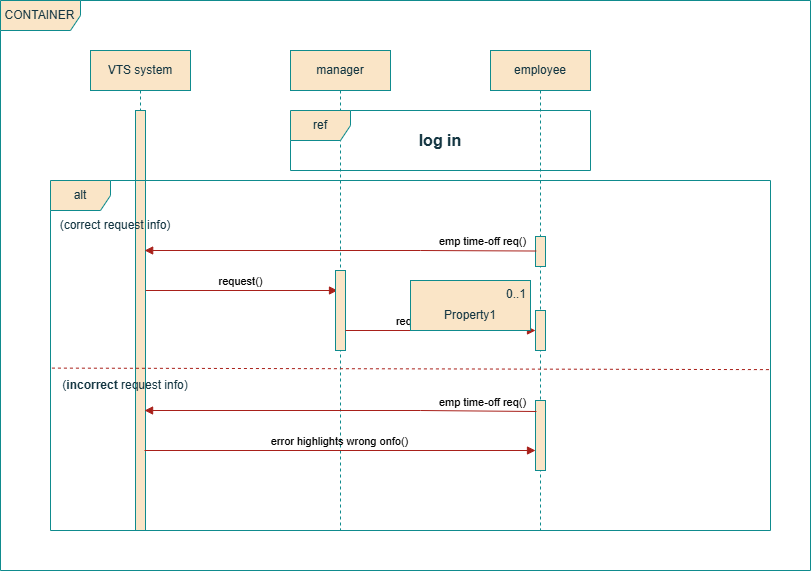
Earlier version of the draw.io export task1/manageTime_sequenceDiagram.drawio.png (zieadkh/Mentorship). Source tidied: cells renumbered, new cells last; positions are measured from the earlier drawing's top-left corner, leaving out a move shared by most shapes.
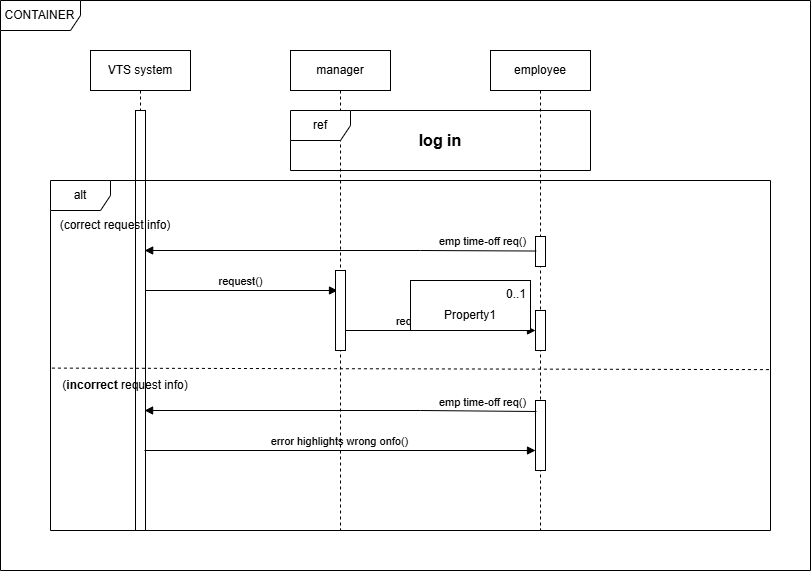
The same diagram one commit later.

Change to the diagram source:
```diff
@@ -2,52 +2,52 @@
   <root>
     <mxCell id="0" />
     <mxCell id="1" parent="0" />
-    <mxCell id="2" value="manager" style="shape=umlLifeline;perimeter=lifelinePerimeter;whiteSpace=wrap;html=1;newEdgeStyle={&quot;curved&quot;:0,&quot;rounded&quot;:0};size=40;labelBackgroundColor=none;fillColor=#FAE5C7;strokeColor=#0F8B8D;fontColor=#143642;" parent="1" vertex="1">
+    <mxCell id="2" value="manager" style="shape=umlLifeline;perimeter=lifelinePerimeter;whiteSpace=wrap;html=1;newEdgeStyle={&quot;curved&quot;:0,&quot;rounded&quot;:0};size=40;labelBackgroundColor=none;" parent="1" vertex="1">
       <mxGeometry x="290" y="50" width="100" height="480" as="geometry" />
     </mxCell>
-    <mxCell id="3" value="employee" style="shape=umlLifeline;perimeter=lifelinePerimeter;whiteSpace=wrap;html=1;newEdgeStyle={&quot;curved&quot;:0,&quot;rounded&quot;:0};labelBackgroundColor=none;fillColor=#FAE5C7;strokeColor=#0F8B8D;fontColor=#143642;" parent="1" vertex="1">
+    <mxCell id="3" value="employee" style="shape=umlLifeline;perimeter=lifelinePerimeter;whiteSpace=wrap;html=1;newEdgeStyle={&quot;curved&quot;:0,&quot;rounded&quot;:0};labelBackgroundColor=none;" parent="1" vertex="1">
       <mxGeometry x="490" y="50" width="100" height="480" as="geometry" />
     </mxCell>
-    <mxCell id="4" style="html=1;points=[[0,0,0,0,5],[0,1,0,0,-5],[1,0,0,0,5],[1,1,0,0,-5]];perimeter=orthogonalPerimeter;outlineConnect=0;targetShapes=umlLifeline;portConstraint=eastwest;newEdgeStyle={&quot;curved&quot;:0,&quot;rounded&quot;:0};labelBackgroundColor=none;fillColor=#FAE5C7;strokeColor=#0F8B8D;fontColor=#143642;" parent="3" vertex="1">
+    <mxCell id="4" style="html=1;points=[[0,0,0,0,5],[0,1,0,0,-5],[1,0,0,0,5],[1,1,0,0,-5]];perimeter=orthogonalPerimeter;outlineConnect=0;targetShapes=umlLifeline;portConstraint=eastwest;newEdgeStyle={&quot;curved&quot;:0,&quot;rounded&quot;:0};labelBackgroundColor=none;" parent="3" vertex="1">
       <mxGeometry x="45" y="186" width="10" height="30" as="geometry" />
     </mxCell>
-    <mxCell id="5" style="html=1;perimeter=orthogonalPerimeter;targetShapes=umlLifeline;newEdgeStyle={&quot;curved&quot;:0,&quot;rounded&quot;:0};labelBackgroundColor=none;fillColor=#FAE5C7;strokeColor=#0F8B8D;fontColor=#143642;" parent="3" vertex="1">
+    <mxCell id="5" style="html=1;perimeter=orthogonalPerimeter;targetShapes=umlLifeline;newEdgeStyle={&quot;curved&quot;:0,&quot;rounded&quot;:0};labelBackgroundColor=none;" parent="3" vertex="1">
       <mxGeometry x="45" y="350" width="10" height="70" as="geometry" />
     </mxCell>
-    <mxCell id="6" value="VTS system" style="shape=umlLifeline;perimeter=lifelinePerimeter;whiteSpace=wrap;html=1;newEdgeStyle={&quot;curved&quot;:0,&quot;rounded&quot;:0};labelBackgroundColor=none;fillColor=#FAE5C7;strokeColor=#0F8B8D;fontColor=#143642;" parent="1" vertex="1">
+    <mxCell id="6" value="VTS system" style="shape=umlLifeline;perimeter=lifelinePerimeter;whiteSpace=wrap;html=1;newEdgeStyle={&quot;curved&quot;:0,&quot;rounded&quot;:0};labelBackgroundColor=none;" parent="1" vertex="1">
       <mxGeometry x="90" y="50" width="100" height="480" as="geometry" />
     </mxCell>
-    <mxCell id="7" style="html=1;perimeter=orthogonalPerimeter;targetShapes=umlLifeline;newEdgeStyle={&quot;curved&quot;:0,&quot;rounded&quot;:0};labelBackgroundColor=none;fillColor=#FAE5C7;strokeColor=#0F8B8D;fontColor=#143642;" parent="6" vertex="1">
+    <mxCell id="7" style="html=1;perimeter=orthogonalPerimeter;targetShapes=umlLifeline;newEdgeStyle={&quot;curved&quot;:0,&quot;rounded&quot;:0};labelBackgroundColor=none;" parent="6" vertex="1">
       <mxGeometry x="45" y="60" width="10" height="420" as="geometry" />
     </mxCell>
-    <mxCell id="8" value="ref" style="shape=umlFrame;whiteSpace=wrap;html=1;labelBackgroundColor=none;fillColor=#FAE5C7;strokeColor=#0F8B8D;fontColor=#143642;" parent="1" vertex="1">
+    <mxCell id="8" value="ref" style="shape=umlFrame;whiteSpace=wrap;html=1;labelBackgroundColor=none;" parent="1" vertex="1">
       <mxGeometry x="290" y="110" width="300" height="60" as="geometry" />
     </mxCell>
-    <mxCell id="9" value="&lt;b&gt;&lt;font style=&quot;font-size: 16px;&quot;&gt;log in&lt;/font&gt;&lt;/b&gt;" style="text;html=1;whiteSpace=wrap;strokeColor=none;fillColor=none;align=center;verticalAlign=middle;rounded=0;labelBackgroundColor=none;fontColor=#143642;" parent="1" vertex="1">
+    <mxCell id="9" value="&lt;b&gt;&lt;font style=&quot;font-size: 16px;&quot;&gt;log in&lt;/font&gt;&lt;/b&gt;" style="text;html=1;whiteSpace=wrap;strokeColor=none;fillColor=none;align=center;verticalAlign=middle;rounded=0;labelBackgroundColor=none;" parent="1" vertex="1">
       <mxGeometry x="410" y="125" width="60" height="30" as="geometry" />
     </mxCell>
-    <mxCell id="10" value="request()" style="html=1;verticalAlign=bottom;endArrow=block;curved=0;rounded=0;labelBackgroundColor=none;strokeColor=#A8201A;fontColor=default;" parent="1" edge="1">
+    <mxCell id="10" value="request()" style="html=1;verticalAlign=bottom;endArrow=block;curved=0;rounded=0;labelBackgroundColor=none;fontColor=default;" parent="1" edge="1">
       <mxGeometry x="-0.01" relative="1" as="geometry">
         <mxPoint x="145.2" y="290" as="sourcePoint" />
         <mxPoint x="337" y="290" as="targetPoint" />
       </mxGeometry>
     </mxCell>
-    <mxCell id="11" value="alt" style="shape=umlFrame;whiteSpace=wrap;html=1;labelBackgroundColor=none;fillColor=#FAE5C7;strokeColor=#0F8B8D;fontColor=#143642;" parent="1" vertex="1">
+    <mxCell id="11" value="alt" style="shape=umlFrame;whiteSpace=wrap;html=1;labelBackgroundColor=none;" parent="1" vertex="1">
       <mxGeometry x="50" y="180" width="720" height="350" as="geometry" />
     </mxCell>
-    <mxCell id="12" value="error highlights wrong onfo()" style="html=1;verticalAlign=bottom;endArrow=block;curved=0;rounded=0;strokeWidth=1;labelBackgroundColor=none;strokeColor=#A8201A;fontColor=default;" parent="1" edge="1">
+    <mxCell id="12" value="error highlights wrong onfo()" style="html=1;verticalAlign=bottom;endArrow=block;curved=0;rounded=0;strokeWidth=1;labelBackgroundColor=none;fontColor=default;" parent="1" edge="1">
       <mxGeometry x="-0.01" relative="1" as="geometry">
         <mxPoint x="144" y="450" as="sourcePoint" />
         <mxPoint x="535" y="450" as="targetPoint" />
       </mxGeometry>
     </mxCell>
-    <mxCell id="13" value="(correct request info)" style="text;html=1;whiteSpace=wrap;strokeColor=none;fillColor=none;align=center;verticalAlign=middle;rounded=0;labelBackgroundColor=none;fontColor=#143642;" parent="1" vertex="1">
+    <mxCell id="13" value="(correct request info)" style="text;html=1;whiteSpace=wrap;strokeColor=none;fillColor=none;align=center;verticalAlign=middle;rounded=0;labelBackgroundColor=none;" parent="1" vertex="1">
       <mxGeometry x="50" y="210" width="130" height="30" as="geometry" />
     </mxCell>
-    <mxCell id="14" style="html=1;perimeter=orthogonalPerimeter;targetShapes=umlLifeline;newEdgeStyle={&quot;curved&quot;:0,&quot;rounded&quot;:0};labelBackgroundColor=none;fillColor=#FAE5C7;strokeColor=#0F8B8D;fontColor=#143642;" parent="1" vertex="1">
+    <mxCell id="14" style="html=1;perimeter=orthogonalPerimeter;targetShapes=umlLifeline;newEdgeStyle={&quot;curved&quot;:0,&quot;rounded&quot;:0};labelBackgroundColor=none;" parent="1" vertex="1">
       <mxGeometry x="335" y="270" width="10" height="80" as="geometry" />
     </mxCell>
-    <mxCell id="15" value="emp time-off req()" style="html=1;verticalAlign=bottom;endArrow=block;curved=0;rounded=0;exitX=0.067;exitY=0.484;exitDx=0;exitDy=0;exitPerimeter=0;labelBackgroundColor=none;strokeColor=#A8201A;fontColor=default;" parent="1" edge="1" source="4">
+    <mxCell id="15" value="emp time-off req()" style="html=1;verticalAlign=bottom;endArrow=block;curved=0;rounded=0;exitX=0.067;exitY=0.484;exitDx=0;exitDy=0;exitPerimeter=0;labelBackgroundColor=none;fontColor=default;" parent="1" edge="1" source="4">
       <mxGeometry x="-0.73" relative="1" as="geometry">
         <mxPoint x="144.2" y="250" as="targetPoint" />
         <Array as="points">
@@ -55,24 +55,24 @@
         </Array>
       </mxGeometry>
     </mxCell>
-    <mxCell id="16" style="html=1;points=[[0,0,0,0,5],[0,1,0,0,-5],[1,0,0,0,5],[1,1,0,0,-5]];perimeter=orthogonalPerimeter;outlineConnect=0;targetShapes=umlLifeline;portConstraint=eastwest;newEdgeStyle={&quot;curved&quot;:0,&quot;rounded&quot;:0};labelBackgroundColor=none;fillColor=#FAE5C7;strokeColor=#0F8B8D;fontColor=#143642;" parent="1" vertex="1">
+    <mxCell id="16" style="html=1;points=[[0,0,0,0,5],[0,1,0,0,-5],[1,0,0,0,5],[1,1,0,0,-5]];perimeter=orthogonalPerimeter;outlineConnect=0;targetShapes=umlLifeline;portConstraint=eastwest;newEdgeStyle={&quot;curved&quot;:0,&quot;rounded&quot;:0};labelBackgroundColor=none;" parent="1" vertex="1">
       <mxGeometry x="535" y="310" width="10" height="40" as="geometry" />
     </mxCell>
-    <mxCell id="17" value="request respoce ()" style="html=1;verticalAlign=bottom;endArrow=block;curved=0;rounded=0;labelBackgroundColor=none;strokeColor=#A8201A;fontColor=default;" parent="1" edge="1" target="16">
+    <mxCell id="17" value="request respoce ()" style="html=1;verticalAlign=bottom;endArrow=block;curved=0;rounded=0;labelBackgroundColor=none;fontColor=default;" parent="1" edge="1" target="16">
       <mxGeometry relative="1" as="geometry">
         <mxPoint x="345" y="330" as="sourcePoint" />
       </mxGeometry>
     </mxCell>
-    <mxCell id="18" style="endArrow=none;dashed=1;html=1;rounded=0;exitX=0.002;exitY=0.67;exitDx=0;exitDy=0;exitPerimeter=0;entryX=1;entryY=0.674;entryDx=0;entryDy=0;entryPerimeter=0;labelBackgroundColor=none;strokeColor=#A8201A;fontColor=default;" parent="1" edge="1">
+    <mxCell id="18" style="endArrow=none;dashed=1;html=1;rounded=0;exitX=0.002;exitY=0.67;exitDx=0;exitDy=0;exitPerimeter=0;entryX=1;entryY=0.674;entryDx=0;entryDy=0;entryPerimeter=0;labelBackgroundColor=none;fontColor=default;" parent="1" edge="1">
       <mxGeometry relative="1" as="geometry">
         <mxPoint x="51.4" y="367.6" as="sourcePoint" />
         <mxPoint x="770" y="369.1" as="targetPoint" />
       </mxGeometry>
     </mxCell>
-    <mxCell id="19" value="(&lt;b&gt;incorrect&lt;/b&gt; request info)" style="text;html=1;whiteSpace=wrap;strokeColor=none;fillColor=none;align=center;verticalAlign=middle;rounded=0;labelBackgroundColor=none;fontColor=#143642;" parent="1" vertex="1">
+    <mxCell id="19" value="(&lt;b&gt;incorrect&lt;/b&gt; request info)" style="text;html=1;whiteSpace=wrap;strokeColor=none;fillColor=none;align=center;verticalAlign=middle;rounded=0;labelBackgroundColor=none;" parent="1" vertex="1">
       <mxGeometry x="60" y="370" width="130" height="30" as="geometry" />
     </mxCell>
-    <mxCell id="20" value="emp time-off req()" style="html=1;verticalAlign=bottom;endArrow=block;curved=0;rounded=0;exitX=0.067;exitY=0.484;exitDx=0;exitDy=0;exitPerimeter=0;labelBackgroundColor=none;strokeColor=#A8201A;fontColor=default;" parent="1" edge="1">
+    <mxCell id="20" value="emp time-off req()" style="html=1;verticalAlign=bottom;endArrow=block;curved=0;rounded=0;exitX=0.067;exitY=0.484;exitDx=0;exitDy=0;exitPerimeter=0;labelBackgroundColor=none;fontColor=default;" parent="1" edge="1">
       <mxGeometry x="-0.73" relative="1" as="geometry">
         <mxPoint x="535.9" y="411" as="sourcePoint" />
         <mxPoint x="144.1" y="410" as="targetPoint" />
@@ -81,15 +81,15 @@
         </Array>
       </mxGeometry>
     </mxCell>
-    <mxCell id="21" value="0..1" style="align=right;verticalAlign=top;spacingRight=2;whiteSpace=wrap;html=1;labelBackgroundColor=none;fillColor=#FAE5C7;strokeColor=#0F8B8D;fontColor=#143642;" parent="1" vertex="1">
+    <mxCell id="21" value="0..1" style="align=right;verticalAlign=top;spacingRight=2;whiteSpace=wrap;html=1;labelBackgroundColor=none;" parent="1" vertex="1">
       <mxGeometry x="410" y="280" width="120" height="50" as="geometry" />
     </mxCell>
-    <mxCell id="22" value="Property1" style="text;html=1;strokeColor=none;fillColor=none;align=center;verticalAlign=middle;spacingLeft=4;spacingRight=4;overflow=hidden;whiteSpace=wrap;labelBackgroundColor=none;fontColor=#143642;" parent="21" vertex="1">
+    <mxCell id="22" value="Property1" style="text;html=1;strokeColor=none;fillColor=none;align=center;verticalAlign=middle;spacingLeft=4;spacingRight=4;overflow=hidden;whiteSpace=wrap;labelBackgroundColor=none;" parent="21" vertex="1">
       <mxGeometry y="1" width="120" height="30" relative="1" as="geometry">
         <mxPoint y="-30" as="offset" />
       </mxGeometry>
     </mxCell>
-    <mxCell id="23" value="CONTAINER" style="shape=umlFrame;whiteSpace=wrap;html=1;width=80;height=30;labelBackgroundColor=none;fillColor=#FAE5C7;strokeColor=#0F8B8D;fontColor=#143642;" parent="1" vertex="1">
+    <mxCell id="23" value="CONTAINER" style="shape=umlFrame;whiteSpace=wrap;html=1;width=80;height=30;labelBackgroundColor=none;" parent="1" vertex="1">
       <mxGeometry width="810" height="570" as="geometry" />
     </mxCell>
   </root>
```
